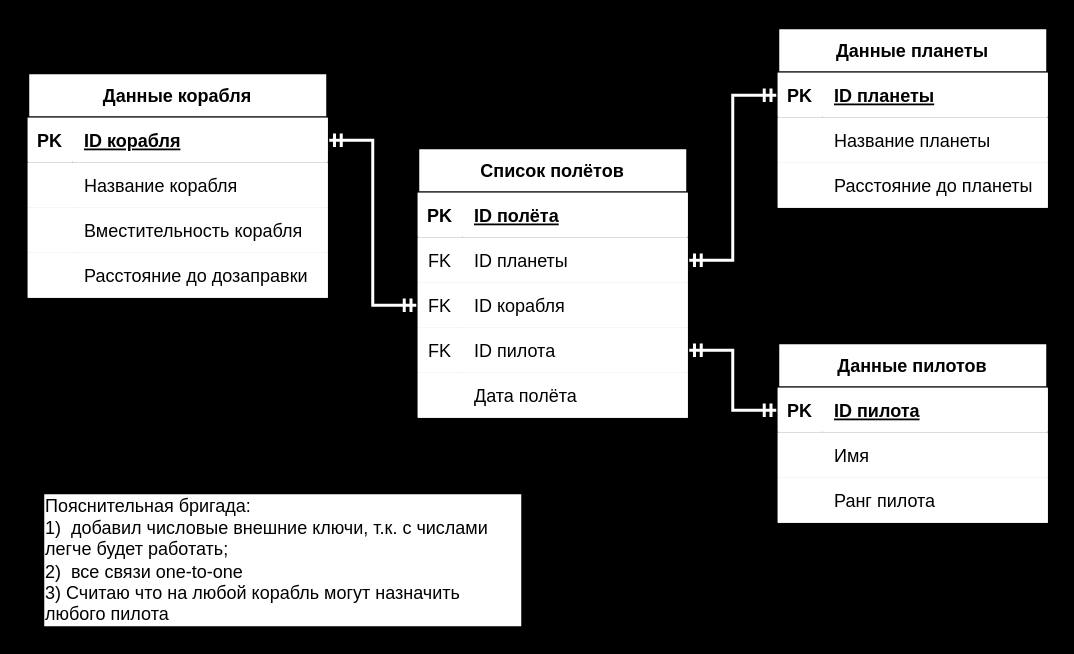
Kolesa-Education/kolesa-upgrade-homework-4 keeps this draw.io diagram as part1/HW1.drawio. Above is the earlier version. Source tidied: cells renumbered, new cells numbered last; positions are measured from the earlier drawing's top-left corner, leaving out a move shared by most shapes. Both pictures are drawn from the tidied source at 150%, with x=0, y=0 at pixel (27, 27).
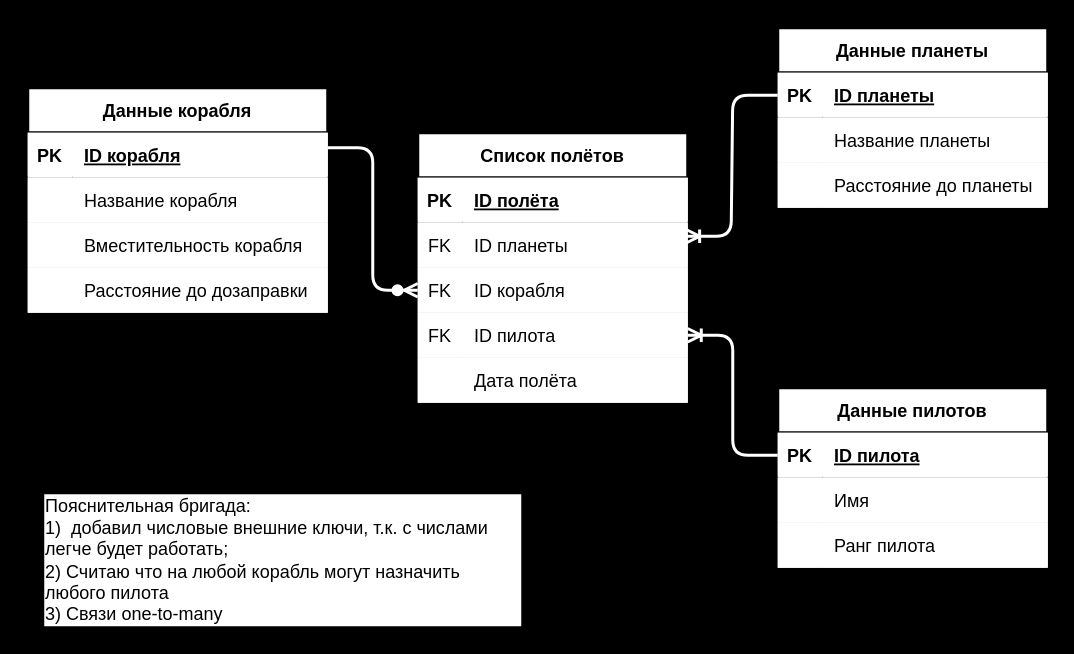
The same diagram, later.

The change refers to these unchanged cells:
```xml
<mxCell id="9" style="shape=partialRectangle;top=0;left=0;bottom=0;right=0;points=[[0,0.5],[1,0.5]];portConstraint=eastwest;rounded=0;shadow=0;strokeWidth=2;labelBorderColor=none;labelBackgroundColor=none;sketch=0;" parent="5" vertex="1">
  <mxGeometry y="60" width="180" height="30" as="geometry" />
</mxCell>
<mxCell id="12" style="shape=partialRectangle;top=0;left=0;bottom=0;right=0;points=[[0,0.5],[1,0.5]];portConstraint=eastwest;rounded=0;shadow=0;strokeWidth=2;labelBorderColor=none;labelBackgroundColor=none;sketch=0;" parent="5" vertex="1">
  <mxGeometry y="90" width="180" height="30" as="geometry" />
</mxCell>
<mxCell id="15" style="shape=partialRectangle;top=0;left=0;bottom=0;right=0;points=[[0,0.5],[1,0.5]];portConstraint=eastwest;rounded=0;shadow=0;strokeWidth=2;labelBorderColor=none;labelBackgroundColor=none;sketch=0;" parent="5" vertex="1">
  <mxGeometry y="120" width="180" height="30" as="geometry" />
</mxCell>
<mxCell id="22" style="shape=partialRectangle;top=0;left=0;bottom=1;right=0;points=[[0,0.5],[1,0.5]];portConstraint=eastwest;rounded=0;shadow=0;strokeWidth=2;labelBorderColor=none;labelBackgroundColor=none;sketch=0;" parent="21" vertex="1">
  <mxGeometry y="30" width="200" height="30" as="geometry" />
</mxCell>
<mxCell id="35" style="shape=partialRectangle;top=0;left=0;bottom=1;right=0;points=[[0,0.5],[1,0.5]];portConstraint=eastwest;rounded=0;shadow=0;strokeWidth=2;labelBorderColor=none;labelBackgroundColor=none;sketch=0;" parent="34" vertex="1">
  <mxGeometry y="30" width="180" height="30" as="geometry" />
</mxCell>
<mxCell id="45" style="shape=partialRectangle;top=0;left=0;bottom=1;right=0;points=[[0,0.5],[1,0.5]];portConstraint=eastwest;rounded=0;shadow=0;strokeWidth=2;labelBorderColor=none;labelBackgroundColor=none;sketch=0;" parent="44" vertex="1">
  <mxGeometry y="30" width="180" height="30" as="geometry" />
</mxCell>
```

The edit, as a diff of the source:
```diff
@@
-    <mxCell id="2" style="edgeStyle=entityRelationEdgeStyle;fontSize=12;html=1;endArrow=ERmandOne;startArrow=ERmandOne;rounded=0;fontColor=#CC0000;entryX=0;entryY=0.5;entryDx=0;entryDy=0;exitX=1;exitY=0.5;exitDx=0;exitDy=0;shadow=0;strokeWidth=2;labelBorderColor=none;labelBackgroundColor=none;sketch=0;fillColor=#f5f5f5;strokeColor=#FFFFFF;" parent="1" edge="1" source="22" target="12">
-      <mxGeometry relative="1" as="geometry" />
-    </mxCell>
-    <mxCell id="3" style="edgeStyle=entityRelationEdgeStyle;fontSize=12;html=1;endArrow=ERmandOne;startArrow=ERmandOne;exitX=1;exitY=0.5;exitDx=0;exitDy=0;entryX=0;entryY=0.5;entryDx=0;entryDy=0;rounded=0;shadow=0;strokeWidth=2;labelBorderColor=none;labelBackgroundColor=none;sketch=0;fillColor=#f5f5f5;strokeColor=#FFFFFF;" parent="1" edge="1" source="15" target="45">
-      <mxGeometry relative="1" as="geometry" />
-    </mxCell>
-    <mxCell id="4" style="edgeStyle=entityRelationEdgeStyle;fontSize=12;html=1;endArrow=ERmandOne;startArrow=ERmandOne;rounded=0;fontColor=#CC0000;entryX=0;entryY=0.5;entryDx=0;entryDy=0;exitX=1;exitY=0.5;exitDx=0;exitDy=0;shadow=0;strokeWidth=2;labelBorderColor=none;labelBackgroundColor=none;sketch=0;fillColor=#f5f5f5;strokeColor=#FFFFFF;" parent="1" edge="1" source="9" target="35">
-      <mxGeometry relative="1" as="geometry" />
-    </mxCell>
     <mxCell id="5" value="Список полётов" style="shape=table;startSize=30;childLayout=tableLayout;rowLines=0;fontStyle=1;align=center;rounded=0;shadow=0;strokeWidth=2;labelBorderColor=none;labelBackgroundColor=none;sketch=0;" parent="1" vertex="1">
-      <mxGeometry x="260" y="80" width="180" height="190" as="geometry" />
+      <mxGeometry x="260" y="70" width="180" height="190" as="geometry" />
     </mxCell>
@@
     <mxCell id="21" value="Данные корабля" style="shape=table;startSize=30;childLayout=tableLayout;rowLines=0;fontStyle=1;align=center;rounded=0;shadow=0;strokeWidth=2;labelBorderColor=none;labelBackgroundColor=none;sketch=0;" parent="1" vertex="1">
-      <mxGeometry y="30" width="200" height="160" as="geometry" />
+      <mxGeometry y="40" width="200" height="160" as="geometry" />
     </mxCell>
@@
     <mxCell id="44" value="Данные пилотов" style="shape=table;startSize=30;childLayout=tableLayout;rowLines=0;fontStyle=1;align=center;rounded=0;shadow=0;strokeWidth=2;labelBorderColor=none;labelBackgroundColor=none;sketch=0;" parent="1" vertex="1">
-      <mxGeometry x="500" y="210" width="180" height="130" as="geometry" />
+      <mxGeometry x="500" y="240" width="180" height="130" as="geometry" />
     </mxCell>
@@
-    <mxCell id="54" value="Пояснительная бригада:&lt;br&gt;1)&amp;nbsp; добавил числовые внешние ключи, т.к. с числами легче будет работать;&lt;br&gt;2)&amp;nbsp; все связи one-to-one&lt;br&gt;3) Считаю что на любой корабль могут назначить любого пилота" style="rounded=0;whiteSpace=wrap;html=1;align=left;shadow=0;strokeWidth=2;labelBorderColor=none;labelBackgroundColor=none;sketch=0;" parent="1" vertex="1">
+    <mxCell id="54" value="Пояснительная бригада:&lt;br&gt;1)&amp;nbsp; добавил числовые внешние ключи, т.к. с числами легче будет работать;&lt;br&gt;2) Считаю что на любой корабль могут назначить любого пилота&lt;br&gt;3) Связи one-to-many" style="rounded=0;whiteSpace=wrap;html=1;align=left;shadow=0;strokeWidth=2;labelBorderColor=none;labelBackgroundColor=none;sketch=0;" parent="1" vertex="1">
       <mxGeometry x="10" y="310" width="320" height="90" as="geometry" />
     </mxCell>
+    <mxCell id="4" style="edgeStyle=entityRelationEdgeStyle;fontSize=12;html=1;endArrow=none;strokeColor=#FFFFFF;startArrow=ERoneToMany;startFill=0;endFill=0;entryX=0;entryY=0.5;entryDx=0;entryDy=0;exitX=0.994;exitY=0.3;exitDx=0;exitDy=0;exitPerimeter=0;strokeWidth=2;" parent="1" edge="1" source="9" target="35">
+      <mxGeometry relative="1" as="geometry" />
+    </mxCell>
+    <mxCell id="3" style="edgeStyle=entityRelationEdgeStyle;fontSize=12;html=1;endArrow=none;strokeColor=#FFFFFF;startArrow=ERoneToMany;startFill=0;endFill=0;exitX=1;exitY=0.5;exitDx=0;exitDy=0;strokeWidth=2;entryX=0;entryY=0.5;entryDx=0;entryDy=0;entryPerimeter=0;" parent="1" edge="1" source="15" target="45">
+      <mxGeometry relative="1" as="geometry" />
+    </mxCell>
+    <mxCell id="55" style="edgeStyle=entityRelationEdgeStyle;fontSize=12;html=1;endArrow=ERzeroToMany;endFill=1;strokeColor=#FFFFFF;strokeWidth=2;exitX=1;exitY=0.25;exitDx=0;exitDy=0;entryX=0;entryY=0.5;entryDx=0;entryDy=0;" parent="1" edge="1" source="21" target="12">
+      <mxGeometry relative="1" as="geometry" />
+    </mxCell>
```
